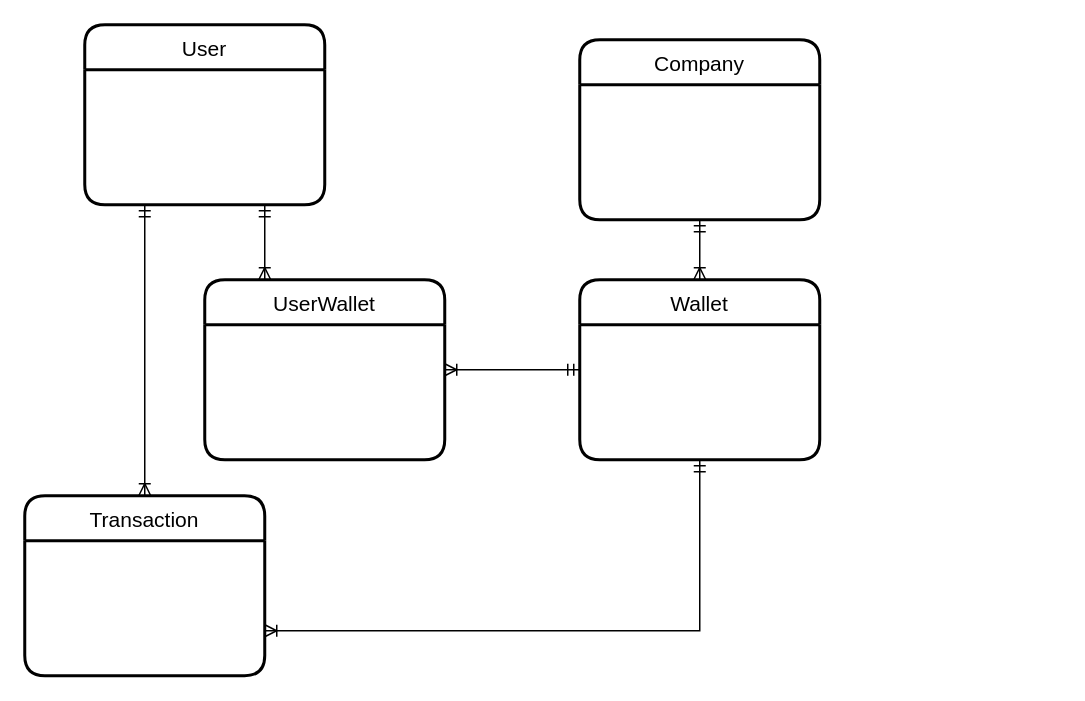
Above: Dtat.Wallet.Abstractions/Documents/Wallet.drawio in Dariush-Tasdighi/Wallet (draw.io), before the change. Source tidied: cells renumbered, new cells numbered last; positions are measured from the earlier drawing's top-left corner, leaving out a move shared by most shapes. Both pictures are drawn from the tidied source at 150%, with x=0, y=0 at pixel (24, 24).
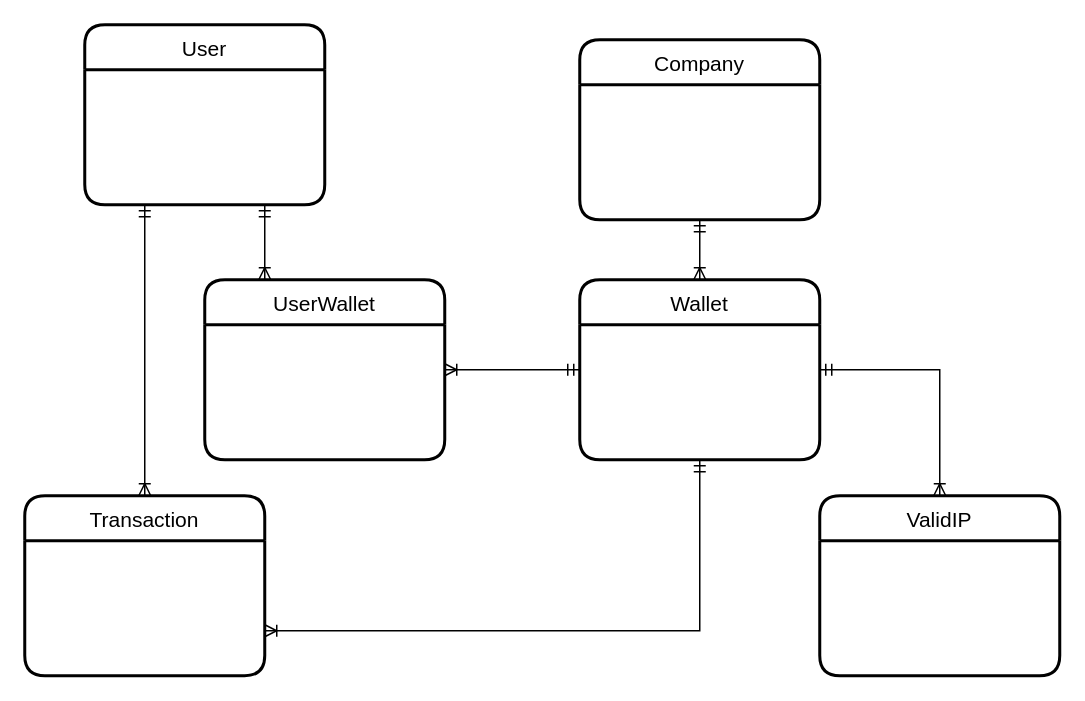
Above is the later version.

The edit, as a diff of the source:
```diff
@@
 <mxGraphModel>
   <root>
     <mxCell id="0" />
     <mxCell id="1" parent="0" />
     <mxCell id="2" value="User" style="swimlane;horizontal=1;startSize=30;rounded=1;fontSize=14;fontStyle=0;strokeWidth=2;shadow=0;dashed=0;align=center;" parent="1" vertex="1">
       <mxGeometry x="40" width="160" height="120" as="geometry" />
     </mxCell>
     <mxCell id="3" value="Company" style="swimlane;horizontal=1;startSize=30;rounded=1;fontSize=14;fontStyle=0;strokeWidth=2;shadow=0;dashed=0;align=center;" parent="1" vertex="1">
       <mxGeometry x="370" y="10" width="160" height="120" as="geometry" />
     </mxCell>
     <mxCell id="4" value="Wallet" style="swimlane;horizontal=1;startSize=30;rounded=1;fontSize=14;fontStyle=0;strokeWidth=2;shadow=0;dashed=0;align=center;" parent="1" vertex="1">
       <mxGeometry x="370" y="170" width="160" height="120" as="geometry" />
     </mxCell>
     <mxCell id="5" style="fontSize=12;html=1;endArrow=ERoneToMany;startArrow=ERmandOne;rounded=0;entryX=0.5;entryY=0;entryDx=0;entryDy=0;exitX=0.5;exitY=1;exitDx=0;exitDy=0;" parent="1" edge="1" source="3" target="4">
       <mxGeometry relative="1" as="geometry" />
     </mxCell>
     <mxCell id="6" value="UserWallet" style="swimlane;horizontal=1;startSize=30;rounded=1;fontSize=14;fontStyle=0;strokeWidth=2;shadow=0;dashed=0;align=center;" parent="1" vertex="1">
       <mxGeometry x="120" y="170" width="160" height="120" as="geometry" />
     </mxCell>
     <mxCell id="7" style="edgeStyle=orthogonalEdgeStyle;fontSize=12;html=1;endArrow=ERoneToMany;startArrow=ERmandOne;rounded=0;entryX=1;entryY=0.5;entryDx=0;entryDy=0;exitX=0;exitY=0.5;exitDx=0;exitDy=0;" parent="1" edge="1" source="4" target="6">
       <mxGeometry relative="1" as="geometry" />
     </mxCell>
     <mxCell id="8" style="fontSize=12;html=1;endArrow=ERoneToMany;startArrow=ERmandOne;rounded=0;exitX=0.75;exitY=1;exitDx=0;exitDy=0;entryX=0.25;entryY=0;entryDx=0;entryDy=0;" parent="1" edge="1" source="2" target="6">
       <mxGeometry relative="1" as="geometry" />
     </mxCell>
     <mxCell id="9" value="Transaction" style="swimlane;horizontal=1;startSize=30;rounded=1;fontSize=14;fontStyle=0;strokeWidth=2;shadow=0;dashed=0;align=center;" parent="1" vertex="1">
       <mxGeometry y="314" width="160" height="120" as="geometry" />
     </mxCell>
     <mxCell id="10" style="edgeStyle=orthogonalEdgeStyle;fontSize=12;html=1;endArrow=ERoneToMany;startArrow=ERmandOne;rounded=0;entryX=1;entryY=0.75;entryDx=0;entryDy=0;exitX=0.5;exitY=1;exitDx=0;exitDy=0;" parent="1" edge="1" source="4" target="9">
       <mxGeometry relative="1" as="geometry" />
     </mxCell>
     <mxCell id="11" style="fontSize=12;html=1;endArrow=ERoneToMany;startArrow=ERmandOne;rounded=0;entryX=0.5;entryY=0;entryDx=0;entryDy=0;exitX=0.25;exitY=1;exitDx=0;exitDy=0;" parent="1" edge="1" source="2" target="9">
       <mxGeometry relative="1" as="geometry" />
     </mxCell>
+    <mxCell id="12" value="ValidIP" style="swimlane;horizontal=1;startSize=30;rounded=1;fontSize=14;fontStyle=0;strokeWidth=2;shadow=0;dashed=0;align=center;" parent="1" vertex="1">
+      <mxGeometry x="530" y="314" width="160" height="120" as="geometry" />
+    </mxCell>
+    <mxCell id="13" style="edgeStyle=orthogonalEdgeStyle;fontSize=12;html=1;endArrow=ERoneToMany;startArrow=ERmandOne;rounded=0;entryX=0.5;entryY=0;entryDx=0;entryDy=0;exitX=1;exitY=0.5;exitDx=0;exitDy=0;" parent="1" edge="1" source="4" target="12">
+      <mxGeometry relative="1" as="geometry" />
+    </mxCell>
   </root>
 </mxGraphModel>
```
